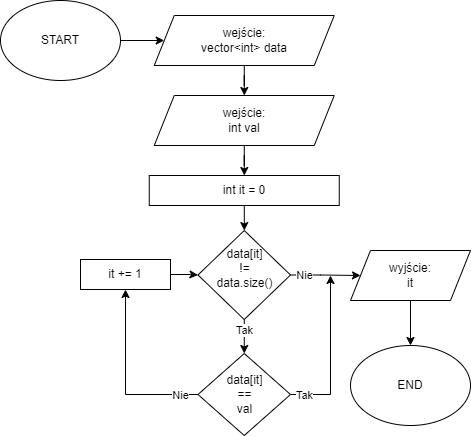
This is flowcharts/ad schemat 1 - wyszukiwanie_liniowe.png from ReijiY/AiSD-Pro1, a draw.io export, as it was before one commit. Source tidied: cells renumbered, new cells last; positions are measured from the earlier drawing's top-left corner, leaving out a move shared by most shapes. Its diagram source:
```xml
<mxGraphModel>
  <root>
    <mxCell id="0" />
    <mxCell id="1" parent="0" />
    <mxCell id="2" style="edgeStyle=orthogonalEdgeStyle;rounded=0;jettySize=auto;html=1;" parent="1" edge="1" source="3" target="6">
      <mxGeometry relative="1" as="geometry" />
    </mxCell>
    <mxCell id="3" value="START" style="ellipse;whiteSpace=wrap;html=1;" parent="1" vertex="1">
      <mxGeometry width="120" height="80" as="geometry" />
    </mxCell>
    <mxCell id="4" value="END" style="ellipse;whiteSpace=wrap;html=1;" parent="1" vertex="1">
      <mxGeometry x="350" y="345" width="120" height="80" as="geometry" />
    </mxCell>
    <mxCell id="5" style="edgeStyle=orthogonalEdgeStyle;rounded=0;jettySize=auto;html=1;" parent="1" edge="1" source="6" target="10">
      <mxGeometry relative="1" as="geometry" />
    </mxCell>
    <mxCell id="6" value="wejście:&lt;br&gt;vector&amp;lt;int&amp;gt; data" style="shape=parallelogram;perimeter=parallelogramPerimeter;whiteSpace=wrap;html=1;fixedSize=1;" parent="1" vertex="1">
      <mxGeometry x="153.8" y="15" width="180" height="50" as="geometry" />
    </mxCell>
    <mxCell id="7" style="edgeStyle=orthogonalEdgeStyle;rounded=0;jettySize=auto;html=1;" parent="1" edge="1" source="8" target="4">
      <mxGeometry relative="1" as="geometry" />
    </mxCell>
    <mxCell id="8" value="wyjście:&lt;br&gt;it" style="shape=parallelogram;perimeter=parallelogramPerimeter;whiteSpace=wrap;html=1;fixedSize=1;" parent="1" vertex="1">
      <mxGeometry x="350" y="250" width="120" height="50" as="geometry" />
    </mxCell>
    <mxCell id="9" style="edgeStyle=orthogonalEdgeStyle;rounded=0;jettySize=auto;html=1;" parent="1" edge="1" source="10" target="12">
      <mxGeometry relative="1" as="geometry" />
    </mxCell>
    <mxCell id="10" value="wejście:&lt;br&gt;int val" style="shape=parallelogram;perimeter=parallelogramPerimeter;whiteSpace=wrap;html=1;fixedSize=1;" parent="1" vertex="1">
      <mxGeometry x="153.8" y="95" width="180" height="50" as="geometry" />
    </mxCell>
    <mxCell id="11" style="edgeStyle=orthogonalEdgeStyle;rounded=0;jettySize=auto;html=1;" parent="1" edge="1" source="12" target="17">
      <mxGeometry relative="1" as="geometry" />
    </mxCell>
    <mxCell id="12" value="int it = 0" style="whiteSpace=wrap;html=1;" parent="1" vertex="1">
      <mxGeometry x="148.8" y="175" width="190" height="30" as="geometry" />
    </mxCell>
    <mxCell id="13" style="edgeStyle=orthogonalEdgeStyle;rounded=0;jettySize=auto;html=1;entryX=0;entryY=0.5;entryDx=0;entryDy=0;" parent="1" edge="1" source="17" target="8">
      <mxGeometry relative="1" as="geometry" />
    </mxCell>
    <mxCell id="14" value="Nie" style="edgeLabel;html=1;align=center;verticalAlign=middle;" parent="13" vertex="1">
      <mxGeometry x="-0.81" y="1" relative="1" as="geometry">
        <mxPoint x="6" y="1" as="offset" />
      </mxGeometry>
    </mxCell>
    <mxCell id="15" style="edgeStyle=orthogonalEdgeStyle;rounded=0;jettySize=auto;html=1;entryX=0.5;entryY=0;entryDx=0;entryDy=0;" parent="1" edge="1" source="17" target="22">
      <mxGeometry relative="1" as="geometry" />
    </mxCell>
    <mxCell id="16" value="Tak" style="edgeLabel;html=1;align=center;verticalAlign=middle;" parent="15" vertex="1">
      <mxGeometry x="-0.73" y="-1" relative="1" as="geometry">
        <mxPoint x="1" y="6" as="offset" />
      </mxGeometry>
    </mxCell>
    <mxCell id="17" value="data[it]&lt;br&gt;!=&lt;br&gt;data.size()&lt;br&gt;&amp;nbsp;" style="rhombus;whiteSpace=wrap;html=1;" parent="1" vertex="1">
      <mxGeometry x="197.5" y="230" width="92.5" height="89" as="geometry" />
    </mxCell>
    <mxCell id="18" style="edgeStyle=orthogonalEdgeStyle;rounded=0;jettySize=auto;html=1;" parent="1" edge="1" source="22">
      <mxGeometry relative="1" as="geometry">
        <mxPoint x="330" y="275" as="targetPoint" />
      </mxGeometry>
    </mxCell>
    <mxCell id="19" value="Tak" style="edgeLabel;html=1;align=center;verticalAlign=middle;" parent="18" vertex="1">
      <mxGeometry x="-0.89" y="2" relative="1" as="geometry">
        <mxPoint x="4" y="2" as="offset" />
      </mxGeometry>
    </mxCell>
    <mxCell id="20" style="edgeStyle=orthogonalEdgeStyle;rounded=0;jettySize=auto;html=1;entryX=0.5;entryY=1;entryDx=0;entryDy=0;" parent="1" edge="1" source="22" target="24">
      <mxGeometry relative="1" as="geometry" />
    </mxCell>
    <mxCell id="21" value="Nie" style="edgeLabel;html=1;align=center;verticalAlign=middle;" parent="20" vertex="1">
      <mxGeometry x="-0.88" y="1" relative="1" as="geometry">
        <mxPoint x="-7" y="-1" as="offset" />
      </mxGeometry>
    </mxCell>
    <mxCell id="22" value="data[it]&lt;br&gt;==&lt;br&gt;val" style="rhombus;whiteSpace=wrap;html=1;" parent="1" vertex="1">
      <mxGeometry x="197.5" y="353" width="92.5" height="82" as="geometry" />
    </mxCell>
    <mxCell id="23" style="edgeStyle=orthogonalEdgeStyle;rounded=0;jettySize=auto;html=1;entryX=0;entryY=0.5;entryDx=0;entryDy=0;" parent="1" edge="1" source="24" target="17">
      <mxGeometry relative="1" as="geometry" />
    </mxCell>
    <mxCell id="24" value="it += 1" style="rounded=0;whiteSpace=wrap;html=1;" parent="1" vertex="1">
      <mxGeometry x="80" y="259" width="90" height="30" as="geometry" />
    </mxCell>
  </root>
</mxGraphModel>
```
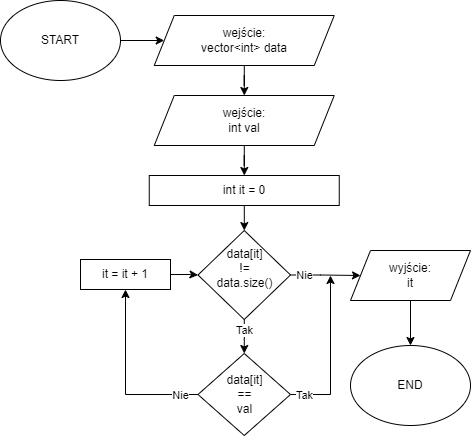
The same file after the commit.

The edit, as a diff of the source:
```diff
@@ -78,7 +78,7 @@
     <mxCell id="23" style="edgeStyle=orthogonalEdgeStyle;rounded=0;jettySize=auto;html=1;entryX=0;entryY=0.5;entryDx=0;entryDy=0;" parent="1" edge="1" source="24" target="17">
       <mxGeometry relative="1" as="geometry" />
     </mxCell>
-    <mxCell id="24" value="it += 1" style="rounded=0;whiteSpace=wrap;html=1;" parent="1" vertex="1">
+    <mxCell id="24" value="it = it + 1" style="rounded=0;whiteSpace=wrap;html=1;" parent="1" vertex="1">
       <mxGeometry x="80" y="259" width="90" height="30" as="geometry" />
     </mxCell>
   </root>
```
